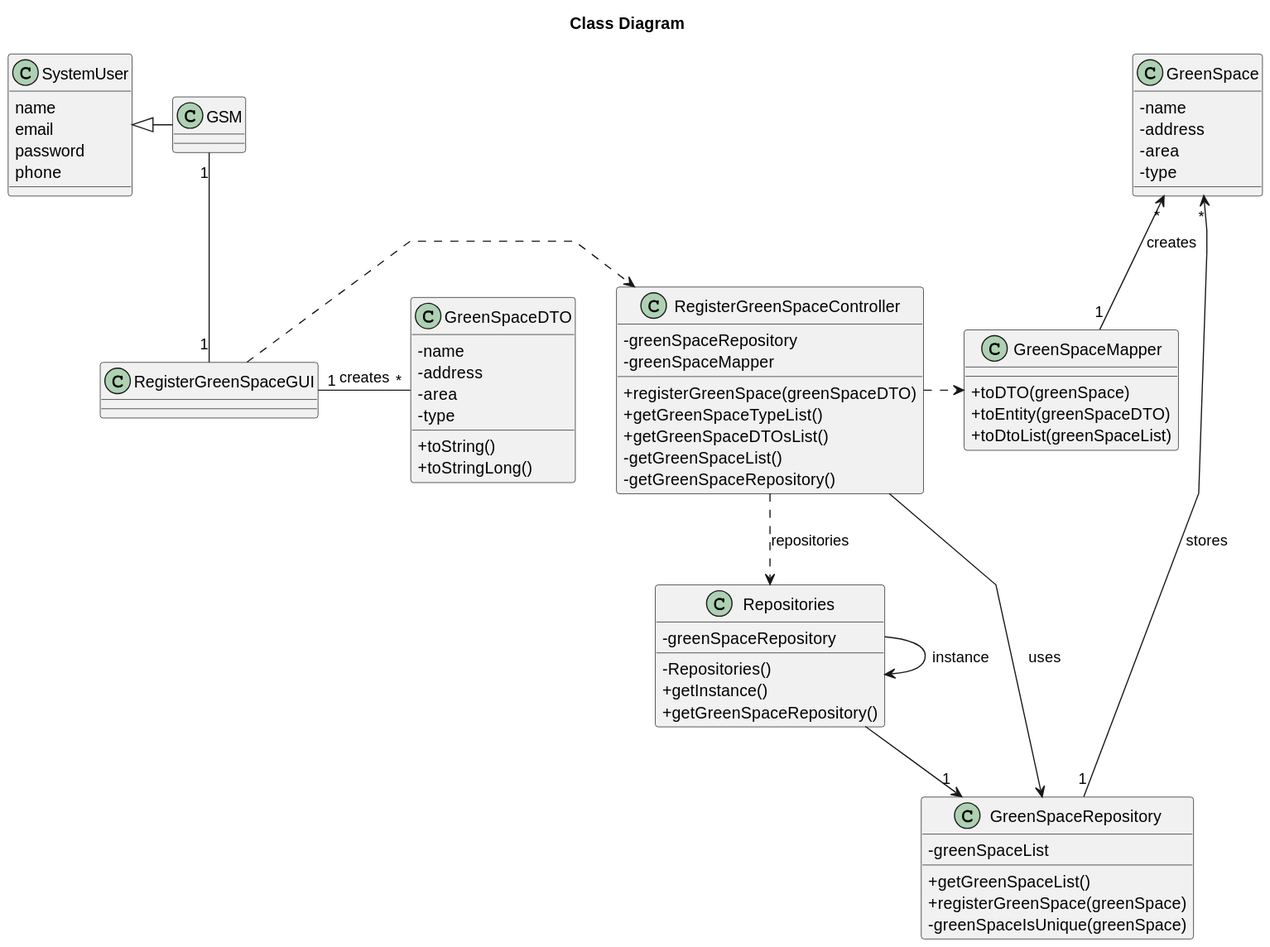
Before: docs/sprintC/us020/03.design/svg/us020-class-diagram.svg, a diagram exported from PlantUML (Departamento-de-Engenharia-Informatica/lei-24-s2-1do-g164).
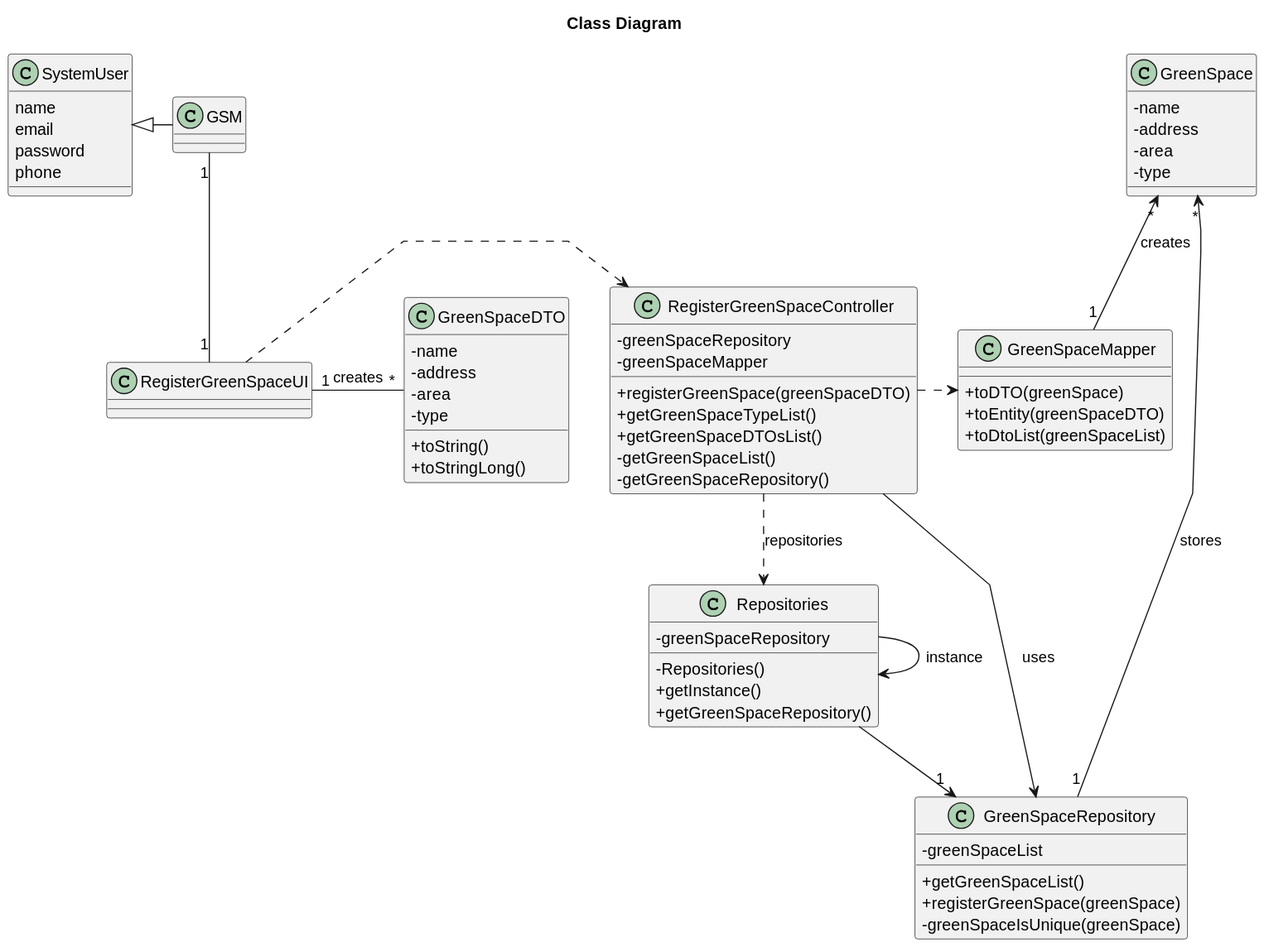
After the change.

What changed in the source:
```diff
@@ -57,7 +57,7 @@
 
 }
 
-class RegisterGreenSpaceGUI {
+class RegisterGreenSpaceUI {
 
 }
 
@@ -70,8 +70,8 @@
 +toStringLong()
 }
 
-RegisterGreenSpaceGUI .> RegisterGreenSpaceController
-RegisterGreenSpaceGUI "1" - "*" GreenSpaceDTO : creates
+RegisterGreenSpaceUI .> RegisterGreenSpaceController
+RegisterGreenSpaceUI "1" - "*" GreenSpaceDTO : creates
 RegisterGreenSpaceController ..> Repositories : repositories
 Repositories --> "1" GreenSpaceRepository
 Repositories -> Repositories : instance
@@ -80,7 +80,7 @@
 
 SystemUser <|- GSM
 
-GSM "1" -- "1" RegisterGreenSpaceGUI
+GSM "1" -- "1" RegisterGreenSpaceUI
 GreenSpace "*" <-- "1" GreenSpaceRepository : stores
 GreenSpace "*" <-- "1" GreenSpaceMapper : creates
 @enduml
```
